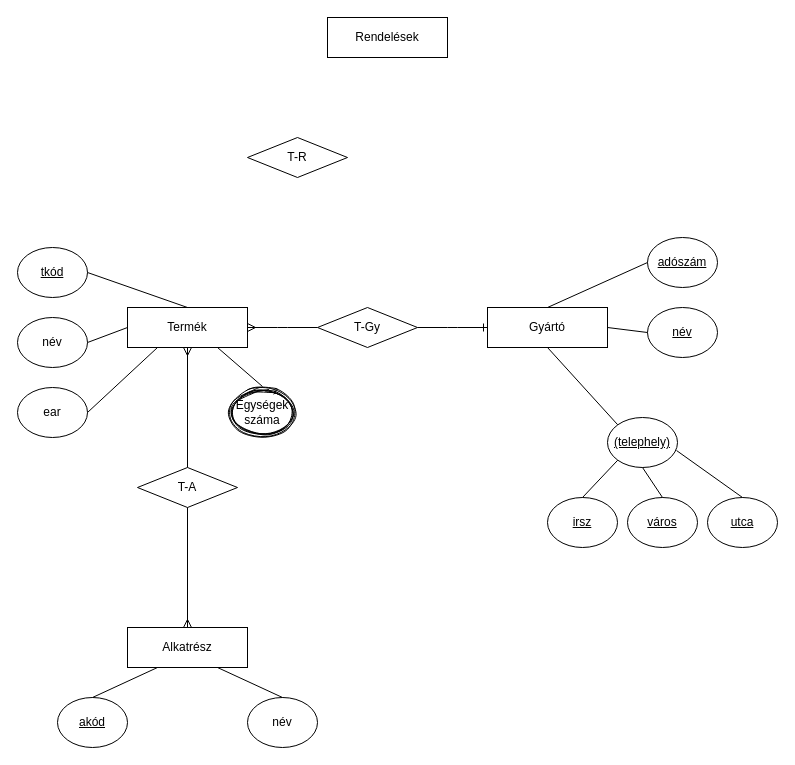
Earlier version of the draw.io diagram HEPMIU_0927/hepmiu_3.3.drawio (urbanoliver/HEPMIU_DB1Gyak). Source tidied: cells renumbered, new cells numbered last; positions are measured from the earlier drawing's top-left corner, leaving out a move shared by most shapes. Both pictures are drawn from the tidied source at 100%, with x=0, y=0 at pixel (17, 17).
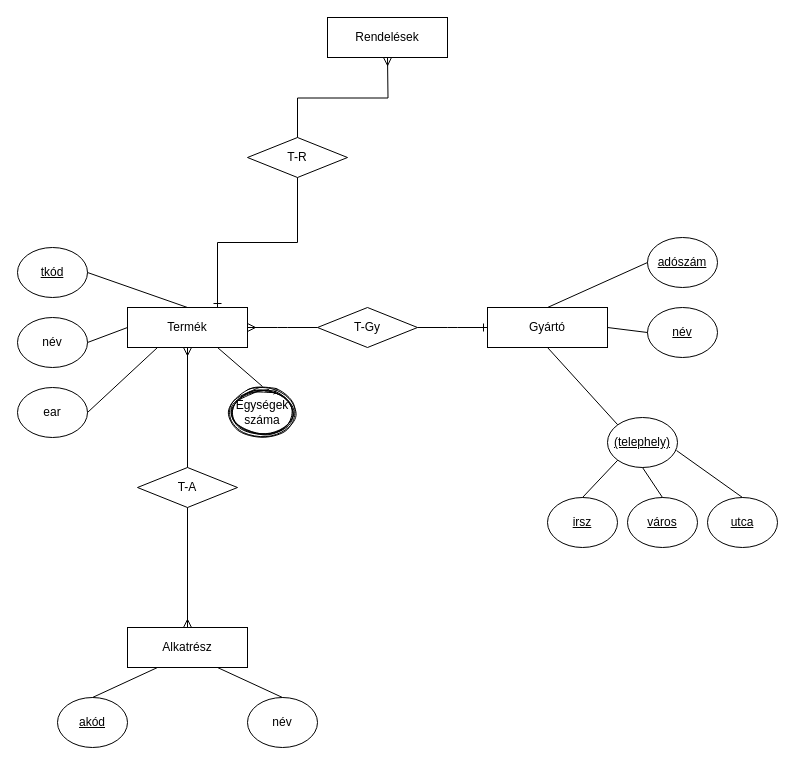
The same diagram, later.

The change refers to these unchanged cells:
```xml
<mxCell id="2" value="Termék" style="rounded=0;whiteSpace=wrap;html=1;" parent="1" vertex="1">
  <mxGeometry x="110" y="290" width="120" height="40" as="geometry" />
</mxCell>
<mxCell id="36" value="T-R" style="shape=rhombus;perimeter=rhombusPerimeter;whiteSpace=wrap;html=1;align=center;" parent="1" vertex="1">
  <mxGeometry x="230" y="120" width="100" height="40" as="geometry" />
</mxCell>
```

Change to the diagram source:
```diff
@@
+    <mxCell id="37" style="fontSize=12;html=1;endArrow=ERone;endFill=1;rounded=0;exitX=0.5;exitY=1;exitDx=0;exitDy=0;entryX=0.75;entryY=0;entryDx=0;entryDy=0;edgeStyle=orthogonalEdgeStyle;" parent="1" edge="1" source="36" target="2">
+      <mxGeometry relative="1" as="geometry" />
+    </mxCell>
+    <mxCell id="38" style="edgeStyle=orthogonalEdgeStyle;fontSize=12;html=1;endArrow=ERmany;rounded=0;exitX=0.5;exitY=0;exitDx=0;exitDy=0;" parent="1" edge="1" source="36">
+      <mxGeometry relative="1" as="geometry">
+        <mxPoint x="370" y="40" as="targetPoint" />
+      </mxGeometry>
+    </mxCell>
```
